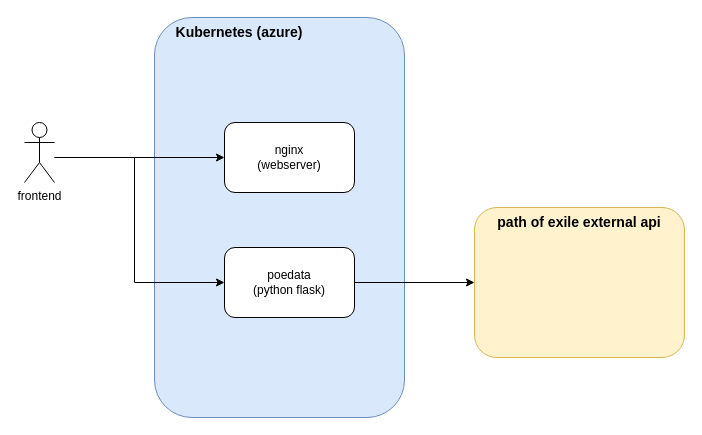
Before: doc/architecture.drawio in TheJasperV/poeladderapp, a draw.io diagram. Source tidied: cells renumbered, new cells numbered last; positions are measured from the earlier drawing's top-left corner, leaving out a move shared by most shapes. Both pictures are drawn from the tidied source at 100%, with x=0, y=0 at pixel (24, 17).
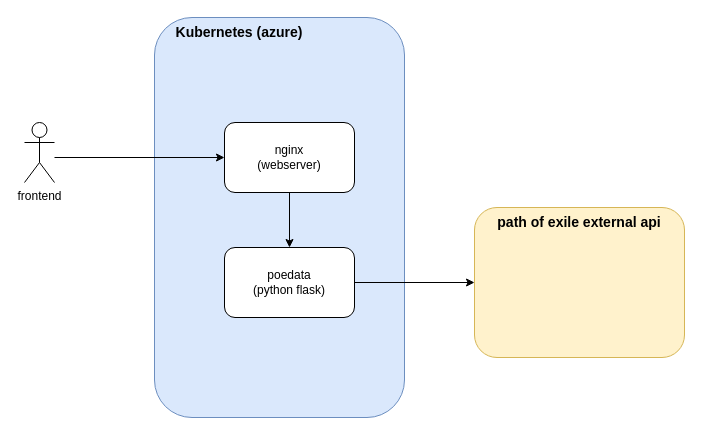
The same diagram, later.

What changed in the source:
```diff
@@
 <mxGraphModel>
   <root>
     <mxCell id="0" />
     <mxCell id="1" parent="0" />
     <mxCell id="2" style="rounded=1;whiteSpace=wrap;html=1;fillColor=#dae8fc;strokeColor=#6c8ebf;" parent="1" vertex="1">
       <mxGeometry x="130" width="250" height="400" as="geometry" />
     </mxCell>
     <mxCell id="3" value="&lt;b&gt;&lt;font style=&quot;font-size: 14px;&quot;&gt;Kubernetes (azure)&lt;/font&gt;&lt;/b&gt;" style="text;html=1;align=center;verticalAlign=middle;whiteSpace=wrap;rounded=0;" parent="1" vertex="1">
       <mxGeometry x="150" width="130" height="30" as="geometry" />
     </mxCell>
     <mxCell id="4" value="frontend" style="shape=umlActor;verticalLabelPosition=bottom;verticalAlign=top;html=1;" parent="1" vertex="1">
       <mxGeometry y="105" width="30" height="60" as="geometry" />
     </mxCell>
     <mxCell id="5" value="&lt;div&gt;nginx&lt;/div&gt;&lt;div&gt;(webserver)&lt;/div&gt;" style="rounded=1;whiteSpace=wrap;html=1;" parent="1" vertex="1">
       <mxGeometry x="200" y="105" width="130" height="70" as="geometry" />
     </mxCell>
     <mxCell id="6" value="&lt;div&gt;poedata&lt;/div&gt;&lt;div&gt;(python flask)&lt;br&gt;&lt;/div&gt;" style="rounded=1;whiteSpace=wrap;html=1;" parent="1" vertex="1">
       <mxGeometry x="200" y="230" width="130" height="70" as="geometry" />
     </mxCell>
     <mxCell id="7" style="endArrow=classic;html=1;rounded=0;entryX=0;entryY=0.5;entryDx=0;entryDy=0;" parent="1" edge="1" target="5">
       <mxGeometry relative="1" as="geometry">
         <mxPoint x="30" y="140" as="sourcePoint" />
       </mxGeometry>
     </mxCell>
-    <mxCell id="8" style="endArrow=classic;html=1;rounded=0;entryX=0;entryY=0.5;entryDx=0;entryDy=0;" parent="1" edge="1" target="6">
-      <mxGeometry relative="1" as="geometry">
-        <mxPoint x="30" y="140" as="sourcePoint" />
-        <Array as="points">
-          <mxPoint x="110" y="140" />
-          <mxPoint x="110" y="265" />
-        </Array>
-      </mxGeometry>
-    </mxCell>
     <mxCell id="9" style="rounded=1;whiteSpace=wrap;html=1;fillColor=#fff2cc;strokeColor=#d6b656;" parent="1" vertex="1">
       <mxGeometry x="450" y="190" width="210" height="150" as="geometry" />
     </mxCell>
     <mxCell id="10" value="&lt;font style=&quot;font-size: 14px;&quot;&gt;&lt;b&gt;path of exile external api&lt;br&gt;&lt;/b&gt;&lt;/font&gt;" style="text;html=1;align=center;verticalAlign=middle;whiteSpace=wrap;rounded=0;" parent="1" vertex="1">
       <mxGeometry x="470" y="190" width="170" height="30" as="geometry" />
     </mxCell>
     <mxCell id="11" style="endArrow=classic;html=1;rounded=0;entryX=0;entryY=0.5;entryDx=0;entryDy=0;exitX=1;exitY=0.5;exitDx=0;exitDy=0;" parent="1" edge="1" source="6" target="9">
       <mxGeometry relative="1" as="geometry" />
     </mxCell>
+    <mxCell id="12" style="endArrow=classic;html=1;rounded=0;entryX=0.5;entryY=0;entryDx=0;entryDy=0;exitX=0.5;exitY=1;exitDx=0;exitDy=0;" parent="1" edge="1" source="5" target="6">
+      <mxGeometry relative="1" as="geometry" />
+    </mxCell>
   </root>
 </mxGraphModel>
```
